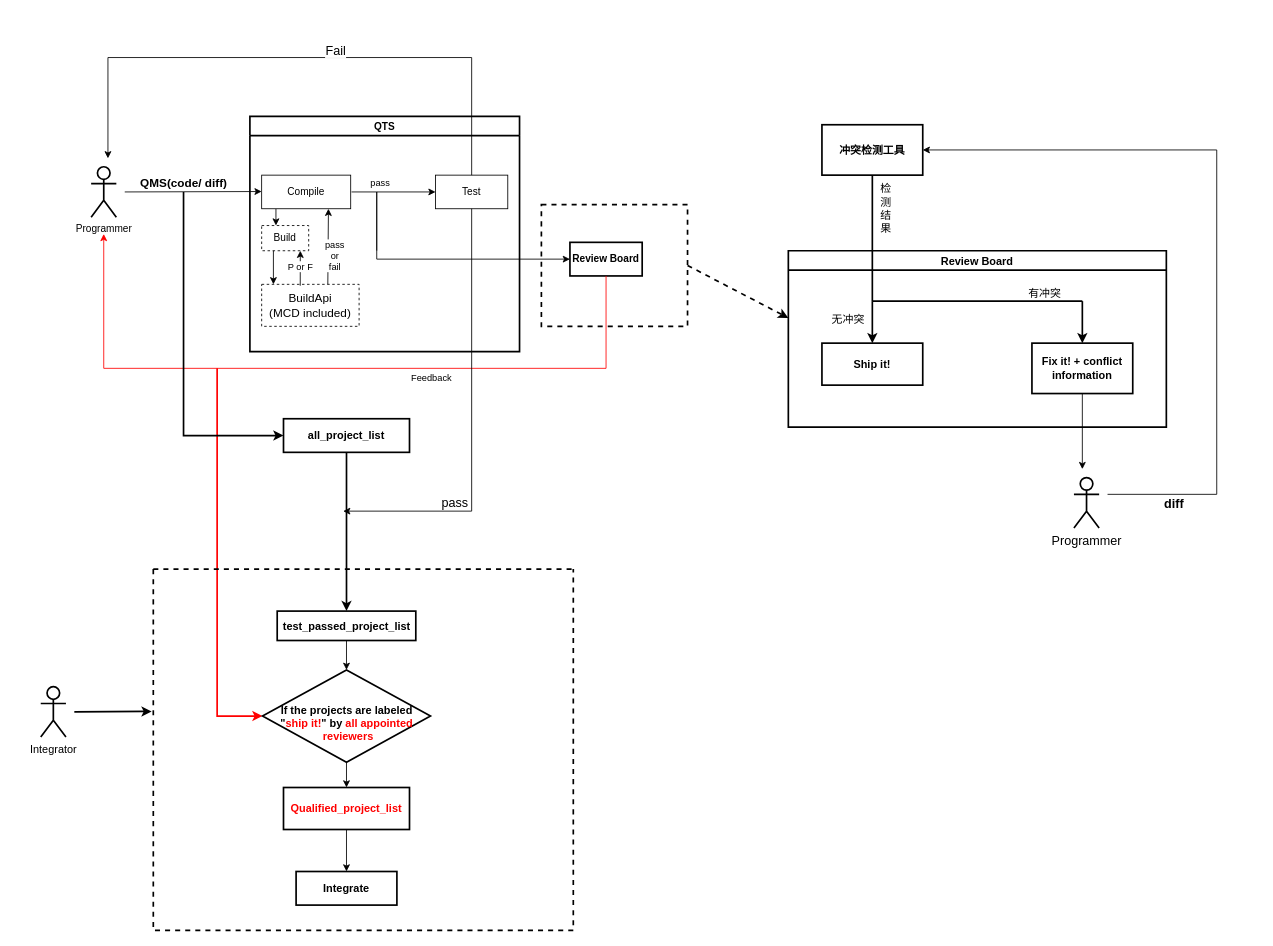
The draw.io diagram Untitled Diagram.drawio in YingSi163/Effy, before the edit. Source tidied: cells renumbered, new cells numbered last; positions are measured from the earlier drawing's top-left corner, leaving out a move shared by most shapes. Both pictures are drawn from the tidied source at 84%, with x=0, y=0 at pixel (40, 57).
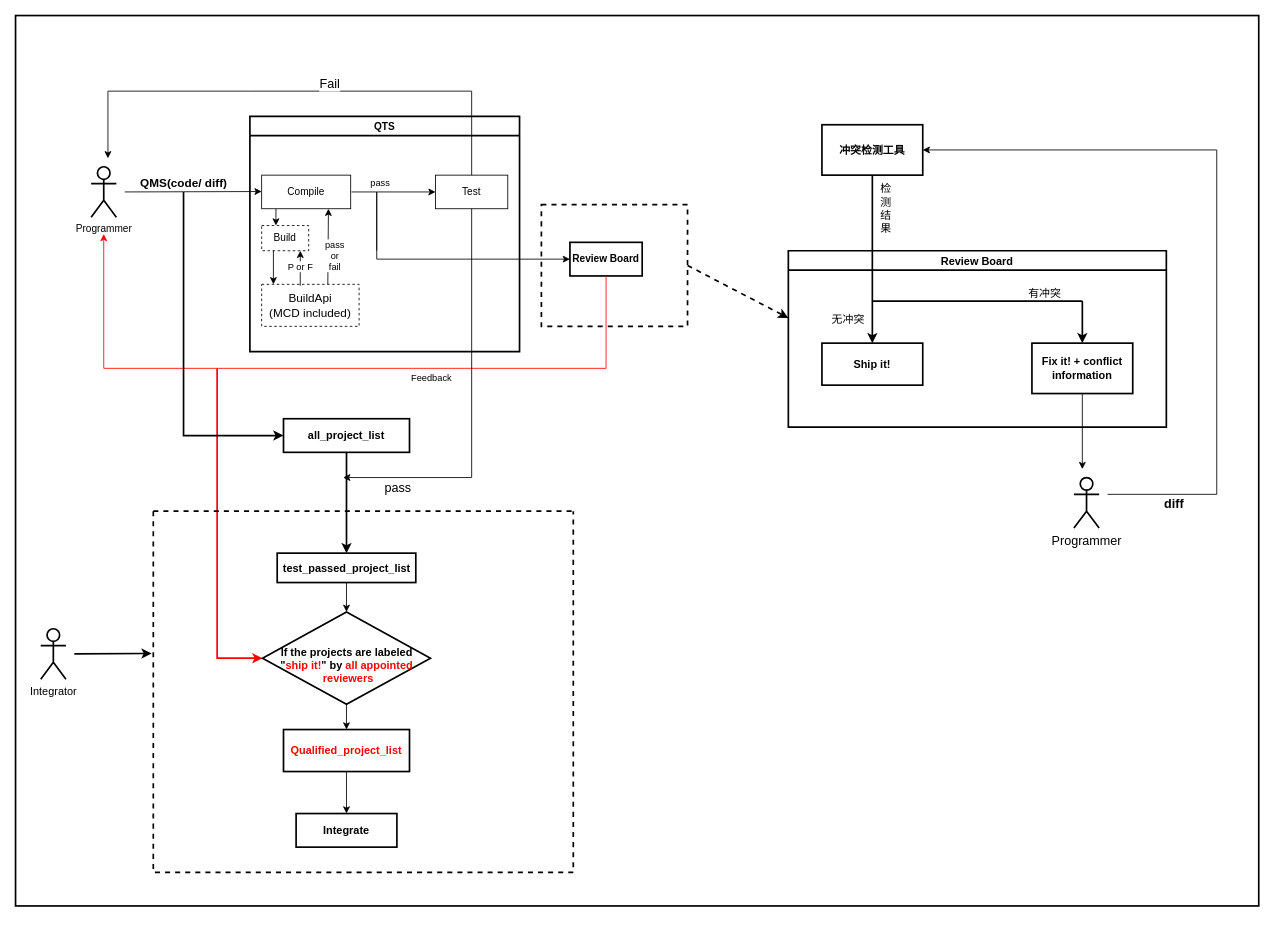
The same page after the edit.

Unchanged cells that the change refers to:
```xml
<mxCell id="6" value="Test" style="whiteSpace=wrap;html=1;" parent="3" vertex="1">
  <mxGeometry x="221" y="70" width="86" height="40" as="geometry" />
</mxCell>
<mxCell id="24" style="rhombus;whiteSpace=wrap;html=1;fontSize=13;strokeWidth=2;fillColor=default;" parent="22" vertex="1">
  <mxGeometry x="130" y="120" width="200" height="110" as="geometry" />
</mxCell>
```

Change to the diagram source:
```diff
@@
+    <mxCell id="58" style="rounded=0;whiteSpace=wrap;html=1;fontSize=15;fontColor=#000000;strokeWidth=2;fillColor=default;" parent="1" vertex="1">
+      <mxGeometry x="-30" y="-50" width="1480" height="1060" as="geometry" />
+    </mxCell>
@@
     <mxCell id="21" style="endArrow=classic;html=1;rounded=0;fontSize=13;entryX=0;entryY=0.5;entryDx=0;entryDy=0;strokeColor=#FF0000;strokeWidth=2;" parent="1" edge="1" target="24">
       <mxGeometry relative="1" as="geometry">
         <mxPoint x="210" y="370" as="sourcePoint" />
         <Array as="points">
-          <mxPoint x="210" y="784" />
+          <mxPoint x="210" y="715" />
         </Array>
       </mxGeometry>
     </mxCell>
     <mxCell id="22" style="swimlane;startSize=0;fontSize=13;strokeWidth=2;fillColor=default;dashed=1;" parent="1" vertex="1">
-      <mxGeometry x="134" y="609" width="500" height="430" as="geometry" />
+      <mxGeometry x="134" y="540" width="500" height="430" as="geometry" />
     </mxCell>
@@
     <mxCell id="32" value="Integrator" style="shape=umlActor;verticalLabelPosition=bottom;verticalAlign=top;html=1;fontSize=13;strokeWidth=2;fillColor=default;" parent="1" vertex="1">
-      <mxGeometry y="749" width="30" height="60" as="geometry" />
+      <mxGeometry y="680" width="30" height="60" as="geometry" />
     </mxCell>
     <mxCell id="33" style="endArrow=classic;html=1;rounded=0;fontSize=13;fontColor=#FF0000;strokeColor=#000000;strokeWidth=2;entryX=-0.004;entryY=0.394;entryDx=0;entryDy=0;entryPerimeter=0;" parent="1" edge="1" target="22">
       <mxGeometry relative="1" as="geometry">
-        <mxPoint x="40" y="779" as="sourcePoint" />
+        <mxPoint x="40" y="710" as="sourcePoint" />
       </mxGeometry>
     </mxCell>
@@
     <mxCell id="50" style="endArrow=classic;html=1;rounded=0;fontSize=14;fontColor=#000000;strokeColor=#000000;strokeWidth=1;exitX=0.5;exitY=1;exitDx=0;exitDy=0;" parent="1" edge="1" source="6">
       <mxGeometry relative="1" as="geometry">
-        <mxPoint x="360" y="540" as="targetPoint" />
+        <mxPoint x="360" y="500" as="targetPoint" />
         <Array as="points">
-          <mxPoint x="513" y="540" />
+          <mxPoint x="513" y="500" />
         </Array>
       </mxGeometry>
     </mxCell>
     <mxCell id="51" value="&lt;font style=&quot;font-size: 15px&quot;&gt;pass&lt;/font&gt;" style="edgeLabel;html=1;align=center;verticalAlign=middle;fontSize=14;fontColor=#000000;" parent="50" vertex="1">
       <mxGeometry x="0.14" y="2" relative="1" as="geometry">
-        <mxPoint x="-23" y="56" as="offset" />
+        <mxPoint x="-91" y="61" as="offset" />
       </mxGeometry>
     </mxCell>
     <mxCell id="52" style="endArrow=classic;html=1;rounded=0;fontSize=15;fontColor=#000000;strokeColor=#000000;strokeWidth=1;exitX=0.5;exitY=0;exitDx=0;exitDy=0;" parent="1" edge="1" source="6">
       <mxGeometry relative="1" as="geometry">
         <mxPoint x="80" y="120" as="targetPoint" />
         <Array as="points">
-          <mxPoint x="513" />
-          <mxPoint x="80" />
+          <mxPoint x="513" y="40" />
+          <mxPoint x="250" y="40" />
+          <mxPoint x="80" y="40" />
         </Array>
       </mxGeometry>
     </mxCell>
```
